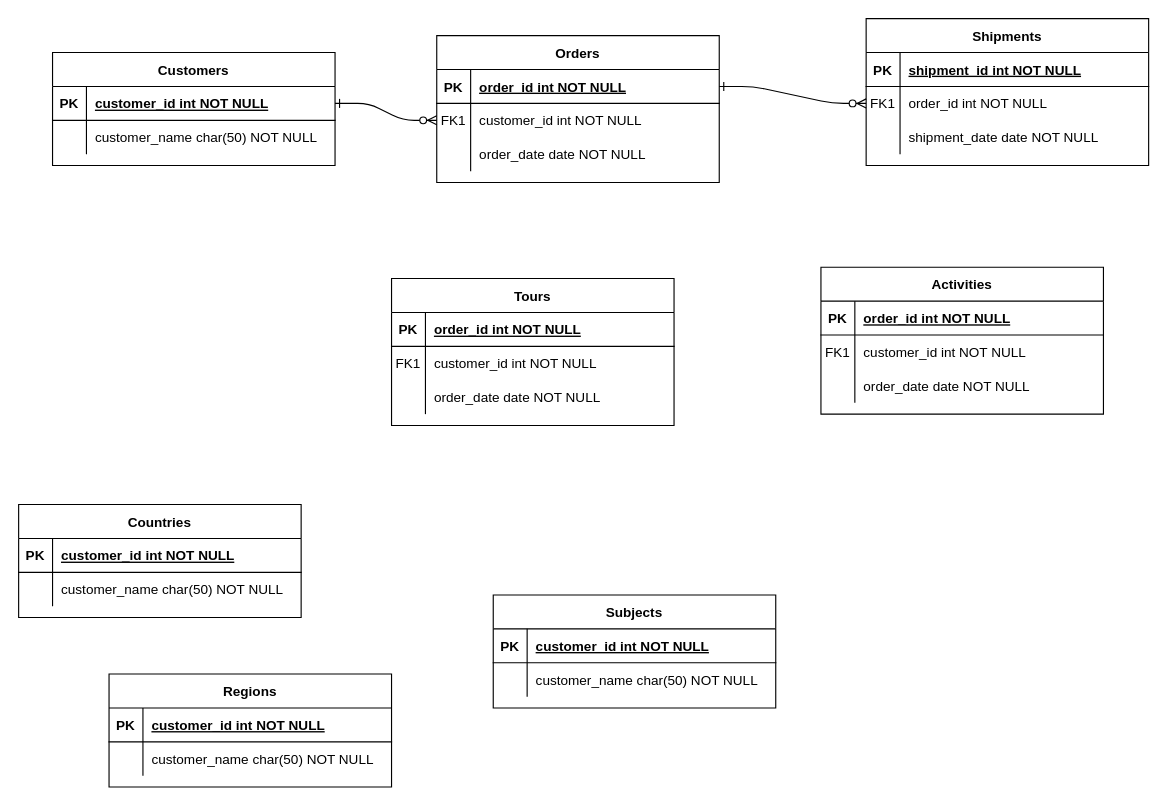
The draw.io diagram Untitled Diagram.drawio in treeelm/diagram_tutorial, before the edit. Source tidied: cells renumbered, new cells numbered last; positions are measured from the earlier drawing's top-left corner, leaving out a move shared by most shapes. Both pictures are drawn from the tidied source at 113%, with x=0, y=0 at pixel (18, 18).
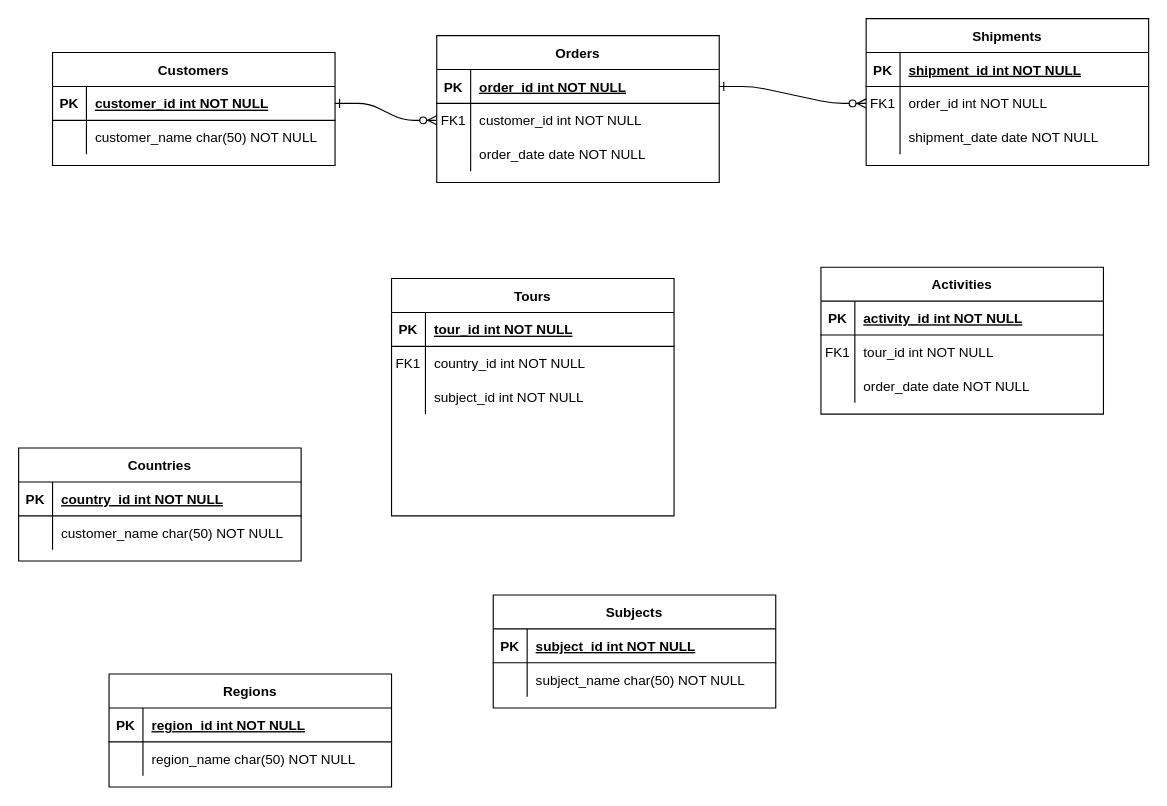
Above is the later version.

The change refers to these unchanged cells:
```xml
<mxCell id="32" style="shape=partialRectangle;fillColor=none;top=0;left=0;right=0;bottom=1;" parent="31" vertex="1">
  <mxGeometry y="30" width="250" height="30" as="geometry" />
</mxCell>
<mxCell id="35" style="shape=partialRectangle;fillColor=none;top=0;left=0;right=0;bottom=0;" parent="31" vertex="1">
  <mxGeometry y="60" width="250" height="30" as="geometry" />
</mxCell>
<mxCell id="39" style="shape=partialRectangle;fillColor=none;top=0;left=0;right=0;bottom=1;" parent="38" vertex="1">
  <mxGeometry y="30" width="250" height="30" as="geometry" />
</mxCell>
<mxCell id="42" style="shape=partialRectangle;fillColor=none;top=0;left=0;right=0;bottom=0;" parent="38" vertex="1">
  <mxGeometry y="60" width="250" height="30" as="geometry" />
</mxCell>
<mxCell id="46" style="shape=partialRectangle;fillColor=none;top=0;left=0;right=0;bottom=1;" parent="45" vertex="1">
  <mxGeometry y="30" width="250" height="30" as="geometry" />
</mxCell>
<mxCell id="53" style="shape=partialRectangle;fillColor=none;top=0;left=0;right=0;bottom=1;" parent="52" vertex="1">
  <mxGeometry y="30" width="250" height="30" as="geometry" />
</mxCell>
<mxCell id="56" style="shape=partialRectangle;fillColor=none;top=0;left=0;right=0;bottom=0;" parent="52" vertex="1">
  <mxGeometry y="60" width="250" height="30" as="geometry" />
</mxCell>
<mxCell id="63" style="shape=partialRectangle;fillColor=none;top=0;left=0;right=0;bottom=1;" parent="62" vertex="1">
  <mxGeometry y="30" width="250" height="30" as="geometry" />
</mxCell>
<mxCell id="66" style="shape=partialRectangle;fillColor=none;top=0;left=0;right=0;bottom=0;" parent="62" vertex="1">
  <mxGeometry y="60" width="250" height="30" as="geometry" />
</mxCell>
<mxCell id="69" style="shape=partialRectangle;fillColor=none;top=0;left=0;right=0;bottom=0;" parent="62" vertex="1">
  <mxGeometry y="90" width="250" height="30" as="geometry" />
</mxCell>
```

The edit, as a diff of the source:
```diff
@@
-    <mxCell id="34" value="customer_id int NOT NULL " style="shape=partialRectangle;overflow=hidden;fillColor=none;top=0;left=0;bottom=0;right=0;align=left;spacingLeft=6;fontStyle=5;" parent="32" vertex="1">
+    <mxCell id="34" value="subject_id int NOT NULL " style="shape=partialRectangle;overflow=hidden;fillColor=none;top=0;left=0;bottom=0;right=0;align=left;spacingLeft=6;fontStyle=5;" parent="32" vertex="1">
       <mxGeometry x="30" width="220" height="30" as="geometry" />
     </mxCell>
@@
-    <mxCell id="37" value="customer_name char(50) NOT NULL" style="shape=partialRectangle;overflow=hidden;fillColor=none;top=0;left=0;bottom=0;right=0;align=left;spacingLeft=6;" parent="35" vertex="1">
+    <mxCell id="37" value="subject_name char(50) NOT NULL" style="shape=partialRectangle;overflow=hidden;fillColor=none;top=0;left=0;bottom=0;right=0;align=left;spacingLeft=6;" parent="35" vertex="1">
       <mxGeometry x="30" width="220" height="30" as="geometry" />
     </mxCell>
@@
-    <mxCell id="41" value="customer_id int NOT NULL " style="shape=partialRectangle;overflow=hidden;fillColor=none;top=0;left=0;bottom=0;right=0;align=left;spacingLeft=6;fontStyle=5;" parent="39" vertex="1">
+    <mxCell id="41" value="region_id int NOT NULL " style="shape=partialRectangle;overflow=hidden;fillColor=none;top=0;left=0;bottom=0;right=0;align=left;spacingLeft=6;fontStyle=5;" parent="39" vertex="1">
       <mxGeometry x="30" width="220" height="30" as="geometry" />
     </mxCell>
@@
-    <mxCell id="44" value="customer_name char(50) NOT NULL" style="shape=partialRectangle;overflow=hidden;fillColor=none;top=0;left=0;bottom=0;right=0;align=left;spacingLeft=6;" parent="42" vertex="1">
+    <mxCell id="44" value="region_name char(50) NOT NULL" style="shape=partialRectangle;overflow=hidden;fillColor=none;top=0;left=0;bottom=0;right=0;align=left;spacingLeft=6;" parent="42" vertex="1">
       <mxGeometry x="30" width="220" height="30" as="geometry" />
     </mxCell>
     <mxCell id="45" value="Countries" style="shape=table;startSize=30;childLayout=tableLayout;rowLines=0;fontStyle=1;align=center;" parent="1" vertex="1">
-      <mxGeometry y="430" width="250" height="100" as="geometry" />
+      <mxGeometry y="380" width="250" height="100" as="geometry" />
     </mxCell>
@@
-    <mxCell id="48" value="customer_id int NOT NULL " style="shape=partialRectangle;overflow=hidden;fillColor=none;top=0;left=0;bottom=0;right=0;align=left;spacingLeft=6;fontStyle=5;" parent="46" vertex="1">
+    <mxCell id="48" value="country_id int NOT NULL " style="shape=partialRectangle;overflow=hidden;fillColor=none;top=0;left=0;bottom=0;right=0;align=left;spacingLeft=6;fontStyle=5;" parent="46" vertex="1">
       <mxGeometry x="30" width="220" height="30" as="geometry" />
     </mxCell>
@@
-    <mxCell id="55" value="order_id int NOT NULL " style="shape=partialRectangle;overflow=hidden;fillColor=none;top=0;left=0;bottom=0;right=0;align=left;spacingLeft=6;fontStyle=5;" parent="53" vertex="1">
+    <mxCell id="55" value="activity_id int NOT NULL " style="shape=partialRectangle;overflow=hidden;fillColor=none;top=0;left=0;bottom=0;right=0;align=left;spacingLeft=6;fontStyle=5;" parent="53" vertex="1">
       <mxGeometry x="30" width="220" height="30" as="geometry" />
     </mxCell>
@@
-    <mxCell id="58" value="customer_id int NOT NULL" style="shape=partialRectangle;overflow=hidden;fillColor=none;top=0;left=0;bottom=0;right=0;align=left;spacingLeft=6;" parent="56" vertex="1">
+    <mxCell id="58" value="tour_id int NOT NULL" style="shape=partialRectangle;overflow=hidden;fillColor=none;top=0;left=0;bottom=0;right=0;align=left;spacingLeft=6;" parent="56" vertex="1">
       <mxGeometry x="30" width="220" height="30" as="geometry" />
     </mxCell>
@@
     <mxCell id="62" value="Tours" style="shape=table;startSize=30;childLayout=tableLayout;rowLines=0;fontStyle=1;align=center;" parent="1" vertex="1">
-      <mxGeometry x="330" y="230" width="250" height="130" as="geometry" />
+      <mxGeometry x="330" y="230" width="250" height="210" as="geometry" />
     </mxCell>
@@
-    <mxCell id="65" value="order_id int NOT NULL " style="shape=partialRectangle;overflow=hidden;fillColor=none;top=0;left=0;bottom=0;right=0;align=left;spacingLeft=6;fontStyle=5;" parent="63" vertex="1">
+    <mxCell id="65" value="tour_id int NOT NULL " style="shape=partialRectangle;overflow=hidden;fillColor=none;top=0;left=0;bottom=0;right=0;align=left;spacingLeft=6;fontStyle=5;" parent="63" vertex="1">
       <mxGeometry x="30" width="220" height="30" as="geometry" />
     </mxCell>
@@
-    <mxCell id="68" value="customer_id int NOT NULL" style="shape=partialRectangle;overflow=hidden;fillColor=none;top=0;left=0;bottom=0;right=0;align=left;spacingLeft=6;" parent="66" vertex="1">
+    <mxCell id="68" value="country_id int NOT NULL" style="shape=partialRectangle;overflow=hidden;fillColor=none;top=0;left=0;bottom=0;right=0;align=left;spacingLeft=6;" parent="66" vertex="1">
       <mxGeometry x="30" width="220" height="30" as="geometry" />
     </mxCell>
@@
-    <mxCell id="71" value="order_date date NOT NULL" style="shape=partialRectangle;overflow=hidden;fillColor=none;top=0;left=0;bottom=0;right=0;align=left;spacingLeft=6;" parent="69" vertex="1">
+    <mxCell id="71" value="subject_id int NOT NULL" style="shape=partialRectangle;overflow=hidden;fillColor=none;top=0;left=0;bottom=0;right=0;align=left;spacingLeft=6;" parent="69" vertex="1">
       <mxGeometry x="30" width="220" height="30" as="geometry" />
     </mxCell>
```
